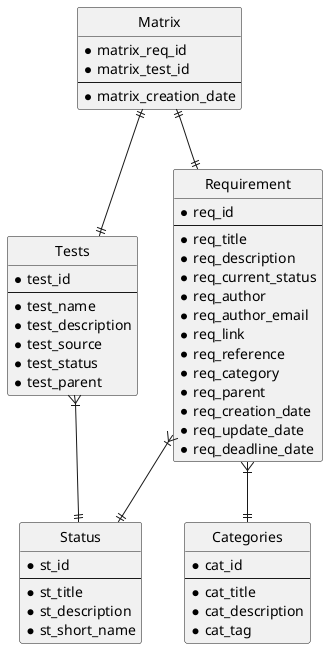
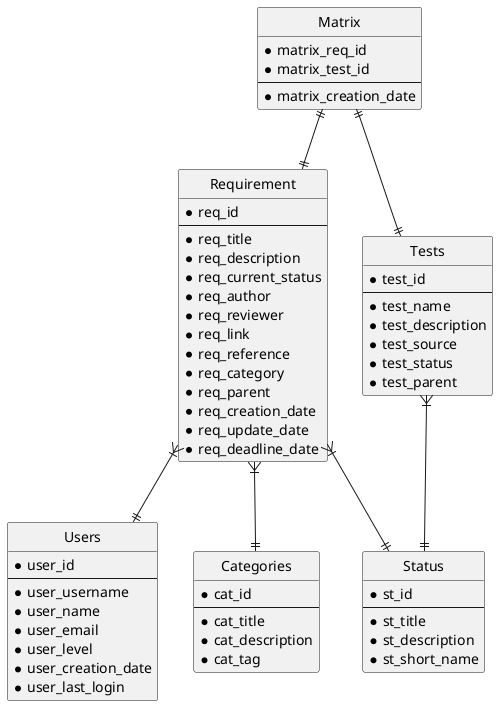
@startuml ER diagram

hide circle

entity "Requirement" as req {
* req_id
---
* req_title
* req_description
* req_current_status
* req_author
- * req_author_email
+ * req_reviewer
* req_link
* req_reference
* req_category
* req_parent
* req_creation_date
* req_update_date
* req_deadline_date
+ }
+ 
+ entity "Users" as user {
+ * user_id
+ ---
+ * user_username
+ * user_name
+ * user_email
+ * user_level
+ * user_creation_date
+ * user_last_login
}

entity "Status" as st {
* st_id
---
* st_title
* st_description
* st_short_name
}

entity "Categories" as cat {
* cat_id
---
* cat_title
* cat_description
* cat_tag
}

entity "Tests" as test {
* test_id
---
* test_name
* test_description
* test_source
* test_status
* test_parent
}

entity "Matrix" as matrix {
* matrix_req_id
* matrix_test_id
---
* matrix_creation_date
}

req  }|--|| st
req  }|--|| cat
+ req  }|--|| user
test   }|--|| st
matrix ||--|| req
matrix ||--|| test

@enduml
